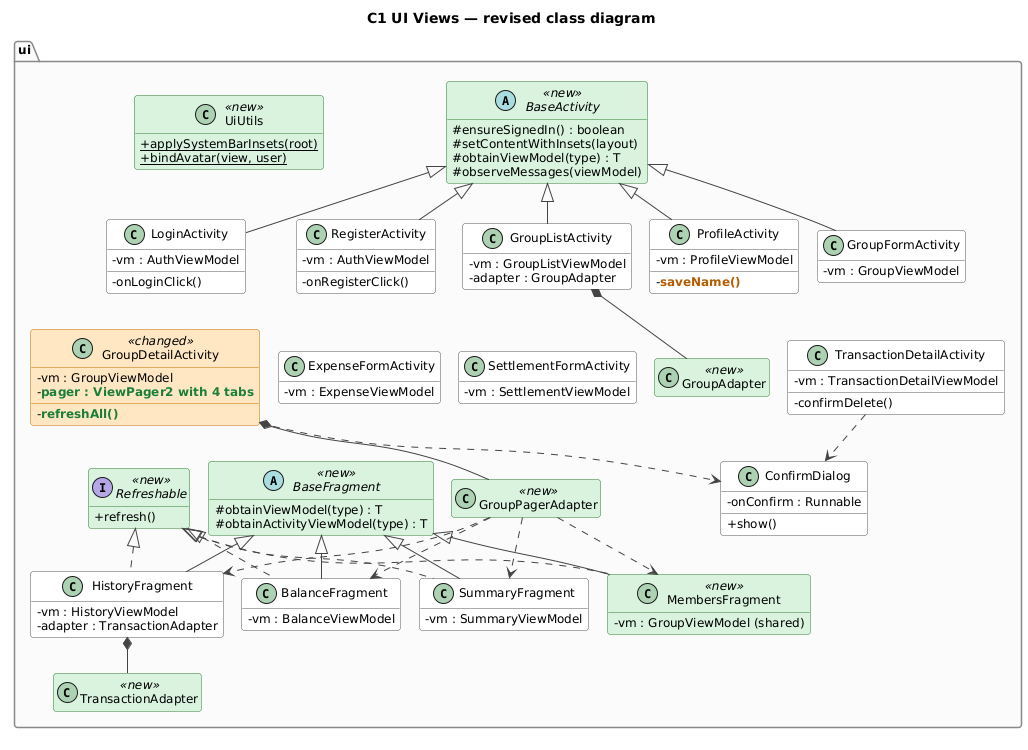
This is docs/diagrams/class-c1.png from AuxDevarapalli/CSCI310-Project, a PlantUML export, as it was before one commit. Source of this version:
```plantuml
@startuml class-c1
!pragma layout smetana
!include style.iuml
skinparam classAttributeIconSize 0
hide empty members
title C1 UI Views — revised class diagram

package "ui" {
  abstract class BaseActivity <<new>> {
    #ensureSignedIn() : boolean
    #setContentWithInsets(layout)
    #obtainViewModel(type) : T
    #observeMessages(viewModel)
  }
  class LoginActivity {
    -vm : AuthViewModel
    -onLoginClick()
  }
  class RegisterActivity {
    -vm : AuthViewModel
    -onRegisterClick()
  }
  class GroupListActivity {
    -vm : GroupListViewModel
    -adapter : GroupAdapter
  }
  class ProfileActivity {
    -vm : ProfileViewModel
    -CHG(saveName())
  }
  class GroupFormActivity {
    -vm : GroupViewModel
  }
  class GroupDetailActivity <<changed>> {
    -vm : GroupViewModel
    -NEW(pager : ViewPager2 with 4 tabs)
    -NEW(refreshAll())
  }
  class ExpenseFormActivity {
    -vm : ExpenseViewModel
  }
  class SettlementFormActivity {
    -vm : SettlementViewModel
  }
  class TransactionDetailActivity {
    -vm : TransactionDetailViewModel
    -confirmDelete()
  }

  abstract class BaseFragment <<new>> {
    #obtainViewModel(type) : T
    #obtainActivityViewModel(type) : T
  }
  interface Refreshable <<new>> {
    +refresh()
  }
  class HistoryFragment {
    -vm : HistoryViewModel
    -adapter : TransactionAdapter
  }
  class BalanceFragment {
    -vm : BalanceViewModel
  }
  class SummaryFragment {
    -vm : SummaryViewModel
  }
  class MembersFragment <<new>> {
    -vm : GroupViewModel (shared)
  }
  class GroupPagerAdapter <<new>>
  class ConfirmDialog {
    -onConfirm : Runnable
    +show()
  }
  class GroupAdapter <<new>>
  class TransactionAdapter <<new>>
  class UiUtils <<new>> {
    +{static} applySystemBarInsets(root)
    +{static} bindAvatar(view, user)
  }
}

BaseActivity <|-- LoginActivity
BaseActivity <|-- RegisterActivity
BaseActivity <|-- GroupListActivity
BaseActivity <|-- ProfileActivity
BaseActivity <|-- GroupFormActivity
LoginActivity -[hidden]down- GroupDetailActivity
RegisterActivity -[hidden]down- ExpenseFormActivity
GroupListActivity -[hidden]down- SettlementFormActivity
ProfileActivity -[hidden]down- TransactionDetailActivity
GroupDetailActivity *-- GroupPagerAdapter
GroupPagerAdapter ..> HistoryFragment
GroupPagerAdapter ..> BalanceFragment
GroupPagerAdapter ..> SummaryFragment
GroupPagerAdapter ..> MembersFragment
BaseFragment <|-- HistoryFragment
BaseFragment <|-- BalanceFragment
BaseFragment <|-- SummaryFragment
BaseFragment <|-- MembersFragment
Refreshable <|.. HistoryFragment
Refreshable <|.. BalanceFragment
Refreshable <|.. SummaryFragment
Refreshable <|.. MembersFragment
GroupListActivity *-- GroupAdapter
HistoryFragment *-- TransactionAdapter
TransactionDetailActivity ..> ConfirmDialog
GroupDetailActivity ..> ConfirmDialog

@enduml
```
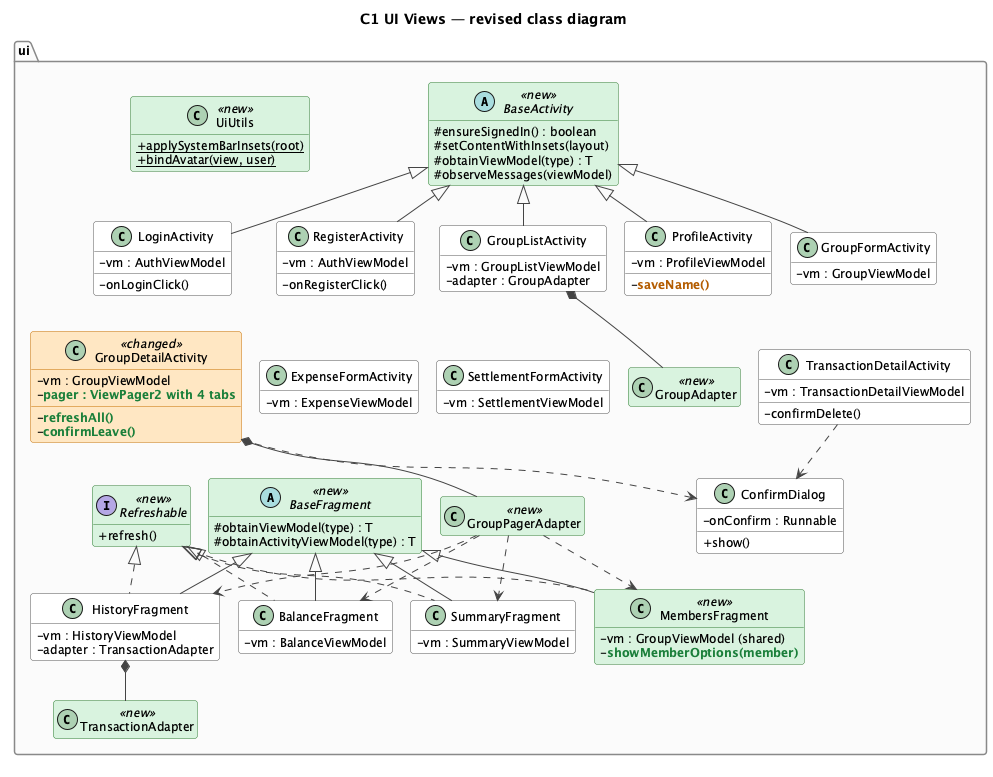
Later version of the same file.

What changed in the source:
```diff
@@ -35,6 +35,7 @@
     -vm : GroupViewModel
     -NEW(pager : ViewPager2 with 4 tabs)
     -NEW(refreshAll())
+    -NEW(confirmLeave())
   }
   class ExpenseFormActivity {
     -vm : ExpenseViewModel
@@ -66,6 +67,7 @@
   }
   class MembersFragment <<new>> {
     -vm : GroupViewModel (shared)
+    -NEW(showMemberOptions(member))
   }
   class GroupPagerAdapter <<new>>
   class ConfirmDialog {
```
